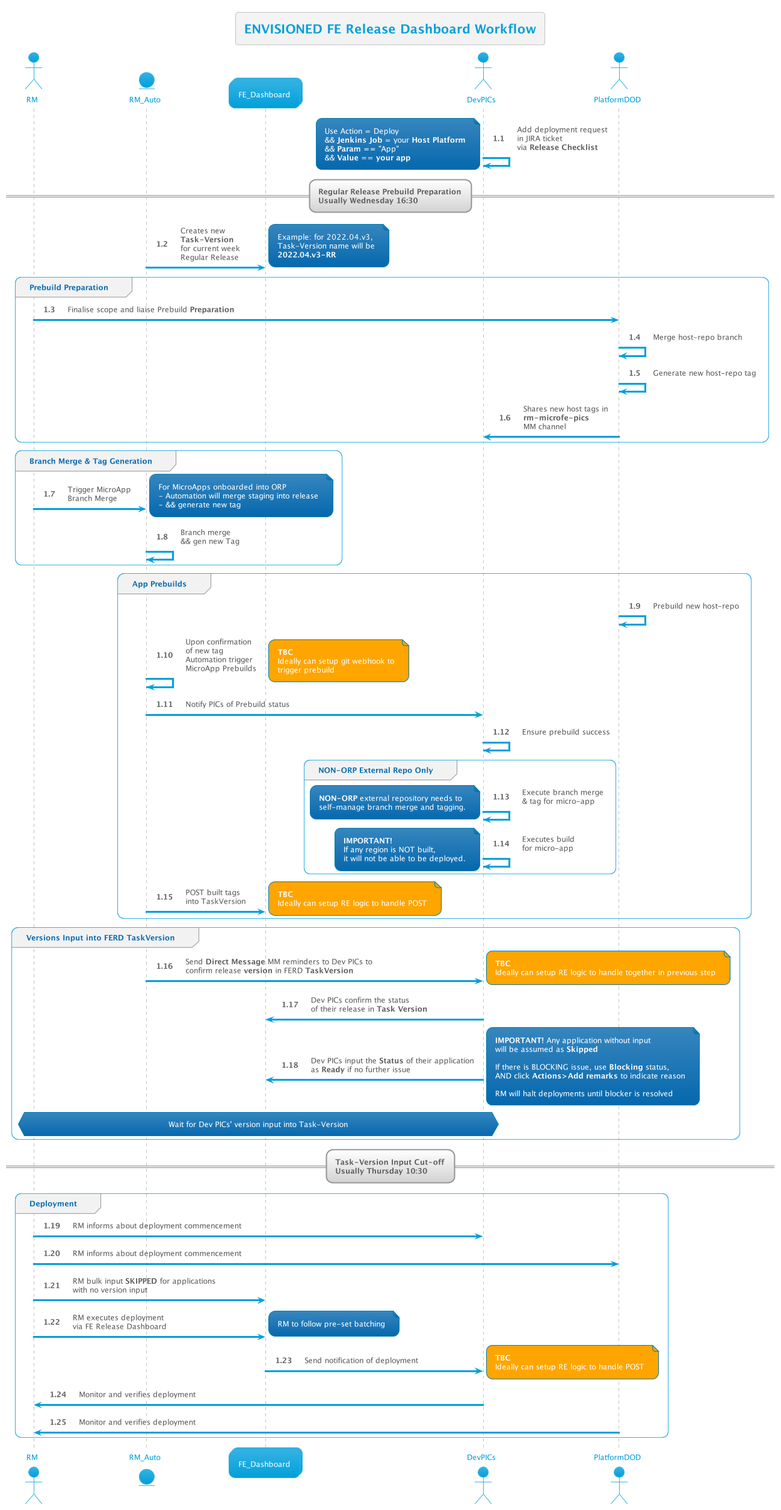
Before: out/FE Release Dashboard/IdealWorkflow/1/1.png, a diagram exported from PlantUML (thetomitomo/diagrams). The source it was exported from:
```plantuml
@startuml

title ENVISIONED FE Release Dashboard Workflow

!include __init__


DevPICs -> DevPICs : Add deployment request\nin JIRA ticket\nvia <b>Release Checklist</b>
note left
    Use Action = Deploy
    && **Jenkins Job** = your <b>Host Platform</b>
    && **Param** == "App"
    && **Value** == **your app**
end note

== Regular Release Prebuild Preparation\nUsually Wednesday 16:30  ==

RM_Auto -> Dash : Creates new \n<b>Task-Version</b>\nfor current week\nRegular Release
note right
    Example: for 2022.04.v3,
    Task-Version name will be
    <b>2022.04.v3-RR</b>
end note

group Prebuild Preparation
    RM -> PlatformDOD : Finalise scope and liaise Prebuild **Preparation**
    PlatformDOD -> PlatformDOD : Merge host-repo branch
    PlatformDOD -> PlatformDOD : Generate new host-repo tag
    PlatformDOD->DevPICs : Shares new host tags in\n<b>rm-microfe-pics</b>\nMM channel
end

group Branch Merge & Tag Generation
    RM -> RM_Auto : Trigger MicroApp\nBranch Merge
    note right
        For MicroApps onboarded into ORP
        - Automation will merge staging into release
        - && generate new tag
    end note

    RM_Auto -> RM_Auto : Branch merge\n&& gen new Tag
end

group App Prebuilds
    PlatformDOD -> PlatformDOD : Prebuild new host-repo
    RM_Auto -> RM_Auto : Upon confirmation\nof new tag\nAutomation trigger\nMicroApp Prebuilds
    note right #Orange
        **TBC**
        Ideally can setup git webhook to
        trigger prebuild
    end note
    RM_Auto -> DevPICs : Notify PICs of Prebuild status
    DevPICs -> DevPICs : Ensure prebuild success

    group NON-ORP External Repo Only
        DevPICs -> DevPICs : Execute branch merge\n& tag for micro-app
        note left
            <b>NON-ORP</b> external repository needs to
            self-manage branch merge and tagging.
        end note

        DevPICs -> DevPICs : Executes build\nfor micro-app
        note left
            <b>IMPORTANT!</b>
            If any region is NOT built,
            it will not be able to be deployed.
        end note
    end
    RM_Auto -> Dash : POST built tags\ninto TaskVersion
    note right #Orange
        **TBC**
        Ideally can setup RE logic to handle POST
    end note
end

group Versions Input into FERD TaskVersion
    RM_Auto -> DevPICs : Send **Direct Message** MM reminders to Dev PICs to\nconfirm release **version** in FERD **TaskVersion**
    note right #Orange
        **TBC**
        Ideally can setup RE logic to handle together in previous step
    end note

    DevPICs -> Dash : Dev PICs confirm the status \nof their release in <b>Task Version</b>
    DevPICs -> Dash : Dev PICs input the <b>Status</b> of their application\nas <b>Ready</b> if no further issue
    note right
        <b>IMPORTANT!</b> Any application without input
        will be assumed as <b>Skipped</b>

        If there is BLOCKING issue, use <b>Blocking</b> status,
        AND click <b>Actions>Add remarks</b> to indicate reason

        RM will halt deployments until blocker is resolved
    end note

    hnote over RM,DevPICs: Wait for Dev PICs' version input into Task-Version
end

== Task-Version Input Cut-off\nUsually Thursday 10:30  ==

group Deployment
    RM -> DevPICs : RM informs about deployment commencement
    RM -> PlatformDOD : RM informs about deployment commencement
    RM -> Dash : RM bulk input <b>SKIPPED</b> for applications\nwith no version input

    RM -> Dash : RM executes deployment\nvia FE Release Dashboard
    note right
        RM to follow pre-set batching
    end note
    Dash -> DevPICs : Send notification of deployment
    note right #Orange
        **TBC**
        Ideally can setup RE logic to handle POST
    end note

    DevPICs -> RM : Monitor and verifies deployment
    PlatformDOD -> RM : Monitor and verifies deployment
end

@enduml
```
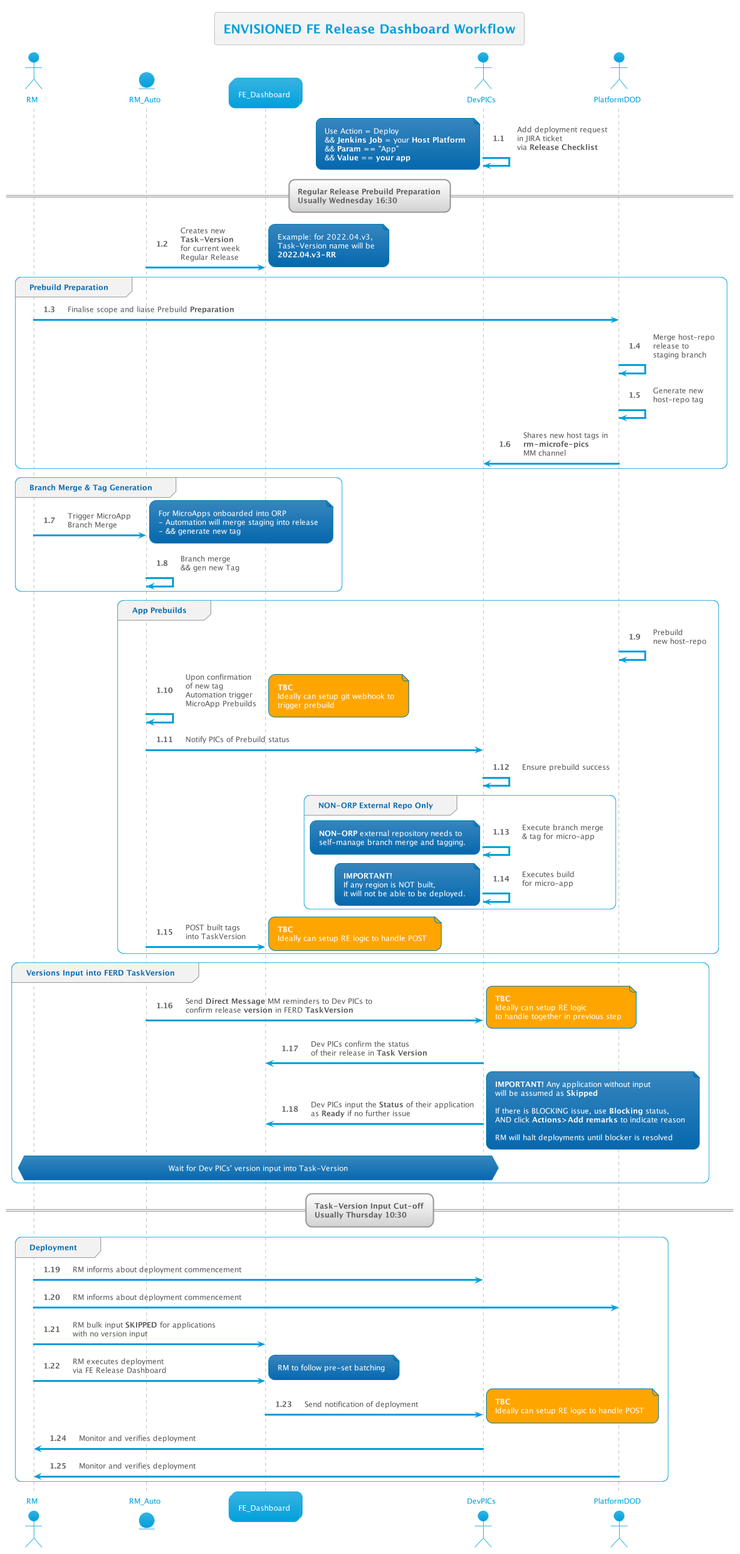
Above is the later version.

Change to the diagram source:
```diff
@@ -24,8 +24,8 @@
 
 group Prebuild Preparation
     RM -> PlatformDOD : Finalise scope and liaise Prebuild **Preparation**
-    PlatformDOD -> PlatformDOD : Merge host-repo branch
-    PlatformDOD -> PlatformDOD : Generate new host-repo tag
+    PlatformDOD -> PlatformDOD : Merge host-repo\nrelease to \nstaging branch
+    PlatformDOD -> PlatformDOD : Generate new\nhost-repo tag
     PlatformDOD->DevPICs : Shares new host tags in\n<b>rm-microfe-pics</b>\nMM channel
 end
 
@@ -41,7 +41,7 @@
 end
 
 group App Prebuilds
-    PlatformDOD -> PlatformDOD : Prebuild new host-repo
+    PlatformDOD -> PlatformDOD : Prebuild\nnew host-repo
     RM_Auto -> RM_Auto : Upon confirmation\nof new tag\nAutomation trigger\nMicroApp Prebuilds
     note right #Orange
         **TBC**
@@ -76,7 +76,8 @@
     RM_Auto -> DevPICs : Send **Direct Message** MM reminders to Dev PICs to\nconfirm release **version** in FERD **TaskVersion**
     note right #Orange
         **TBC**
-        Ideally can setup RE logic to handle together in previous step
+        Ideally can setup RE logic
+        to handle together in previous step
     end note
 
     DevPICs -> Dash : Dev PICs confirm the status \nof their release in <b>Task Version</b>
```
